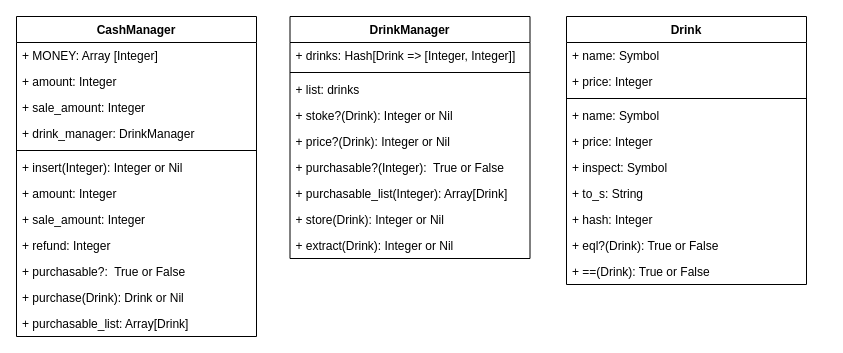
Above: images/class.drawio in fumtas1k/tddbc_ft (draw.io), before the change. Source tidied: cells renumbered, new cells numbered last; positions are measured from the earlier drawing's top-left corner, leaving out a move shared by most shapes. Both pictures are drawn from the tidied source at 100%, with x=0, y=0 at pixel (16, 16).
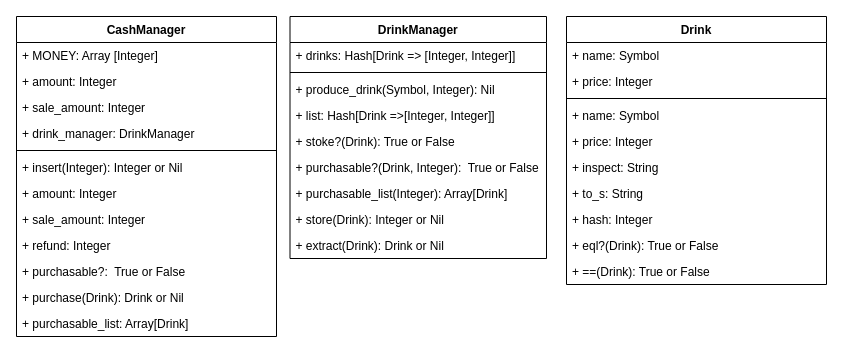
Above is the later version.

Commit message (it also covers changes not shown here):
add: drink_manager作成

Change to the diagram source:
```diff
@@
     <mxCell id="2" value="CashManager" style="swimlane;fontStyle=1;align=center;verticalAlign=top;horizontal=1;startSize=26;" parent="1" vertex="1">
-      <mxGeometry width="240" height="320" as="geometry" />
+      <mxGeometry width="260" height="320" as="geometry" />
     </mxCell>
     <mxCell id="3" value="+ MONEY: Array [Integer]" style="text;strokeColor=none;fillColor=none;align=left;verticalAlign=top;spacingLeft=4;spacingRight=4;overflow=hidden;" parent="2" vertex="1">
-      <mxGeometry y="26" width="240" height="26" as="geometry" />
+      <mxGeometry y="26" width="260" height="26" as="geometry" />
     </mxCell>
     <mxCell id="4" value="+ amount: Integer" style="text;strokeColor=none;fillColor=none;align=left;verticalAlign=top;spacingLeft=4;spacingRight=4;overflow=hidden;" parent="2" vertex="1">
-      <mxGeometry y="52" width="240" height="26" as="geometry" />
+      <mxGeometry y="52" width="260" height="26" as="geometry" />
     </mxCell>
     <mxCell id="5" value="+ sale_amount: Integer" style="text;strokeColor=none;fillColor=none;align=left;verticalAlign=top;spacingLeft=4;spacingRight=4;overflow=hidden;" parent="2" vertex="1">
-      <mxGeometry y="78" width="240" height="26" as="geometry" />
+      <mxGeometry y="78" width="260" height="26" as="geometry" />
     </mxCell>
     <mxCell id="6" value="+ drink_manager: DrinkManager" style="text;strokeColor=none;fillColor=none;align=left;verticalAlign=top;spacingLeft=4;spacingRight=4;overflow=hidden;" parent="2" vertex="1">
-      <mxGeometry y="104" width="240" height="26" as="geometry" />
+      <mxGeometry y="104" width="260" height="26" as="geometry" />
     </mxCell>
     <mxCell id="7" style="line;strokeWidth=1;fillColor=none;align=left;verticalAlign=middle;spacingTop=-1;spacingLeft=3;spacingRight=3;labelPosition=right;" parent="2" vertex="1">
-      <mxGeometry y="130" width="240" height="8" as="geometry" />
+      <mxGeometry y="130" width="260" height="8" as="geometry" />
     </mxCell>
     <mxCell id="8" value="+ insert(Integer): Integer or Nil" style="text;strokeColor=none;fillColor=none;align=left;verticalAlign=top;spacingLeft=4;spacingRight=4;overflow=hidden;" parent="2" vertex="1">
-      <mxGeometry y="138" width="240" height="26" as="geometry" />
+      <mxGeometry y="138" width="260" height="26" as="geometry" />
     </mxCell>
     <mxCell id="9" value="+ amount: Integer" style="text;strokeColor=none;fillColor=none;align=left;verticalAlign=top;spacingLeft=4;spacingRight=4;overflow=hidden;" parent="2" vertex="1">
-      <mxGeometry y="164" width="240" height="26" as="geometry" />
+      <mxGeometry y="164" width="260" height="26" as="geometry" />
     </mxCell>
     <mxCell id="10" value="+ sale_amount: Integer" style="text;strokeColor=none;fillColor=none;align=left;verticalAlign=top;spacingLeft=4;spacingRight=4;overflow=hidden;" parent="2" vertex="1">
-      <mxGeometry y="190" width="240" height="26" as="geometry" />
+      <mxGeometry y="190" width="260" height="26" as="geometry" />
     </mxCell>
     <mxCell id="11" value="+ refund: Integer" style="text;strokeColor=none;fillColor=none;align=left;verticalAlign=top;spacingLeft=4;spacingRight=4;overflow=hidden;" parent="2" vertex="1">
-      <mxGeometry y="216" width="240" height="26" as="geometry" />
+      <mxGeometry y="216" width="260" height="26" as="geometry" />
     </mxCell>
     <mxCell id="12" value="+ purchasable?:  True or False" style="text;strokeColor=none;fillColor=none;align=left;verticalAlign=top;spacingLeft=4;spacingRight=4;overflow=hidden;" parent="2" vertex="1">
-      <mxGeometry y="242" width="240" height="26" as="geometry" />
+      <mxGeometry y="242" width="260" height="26" as="geometry" />
     </mxCell>
     <mxCell id="13" value="+ purchase(Drink): Drink or Nil" style="text;strokeColor=none;fillColor=none;align=left;verticalAlign=top;spacingLeft=4;spacingRight=4;overflow=hidden;" parent="2" vertex="1">
-      <mxGeometry y="268" width="240" height="26" as="geometry" />
+      <mxGeometry y="268" width="260" height="26" as="geometry" />
     </mxCell>
     <mxCell id="14" value="+ purchasable_list: Array[Drink]" style="text;strokeColor=none;fillColor=none;align=left;verticalAlign=top;spacingLeft=4;spacingRight=4;overflow=hidden;" parent="2" vertex="1">
-      <mxGeometry y="294" width="240" height="26" as="geometry" />
+      <mxGeometry y="294" width="260" height="26" as="geometry" />
     </mxCell>
     <mxCell id="15" value="DrinkManager" style="swimlane;fontStyle=1;align=center;verticalAlign=top;horizontal=1;startSize=26;" parent="1" vertex="1">
-      <mxGeometry x="273.5" width="240" height="242" as="geometry" />
+      <mxGeometry x="273.5" width="256.5" height="242" as="geometry" />
     </mxCell>
     <mxCell id="16" value="+ drinks: Hash[Drink =&gt; [Integer, Integer]]" style="text;strokeColor=none;fillColor=none;align=left;verticalAlign=top;spacingLeft=4;spacingRight=4;overflow=hidden;" parent="15" vertex="1">
-      <mxGeometry y="26" width="240" height="26" as="geometry" />
+      <mxGeometry y="26" width="256.5" height="26" as="geometry" />
     </mxCell>
     <mxCell id="17" style="line;strokeWidth=1;fillColor=none;align=left;verticalAlign=middle;spacingTop=-1;spacingLeft=3;spacingRight=3;labelPosition=right;" parent="15" vertex="1">
-      <mxGeometry y="52" width="240" height="8" as="geometry" />
+      <mxGeometry y="52" width="256.5" height="8" as="geometry" />
     </mxCell>
+    <mxCell id="36" value="+ produce_drink(Symbol, Integer): Nil" style="text;strokeColor=none;fillColor=none;align=left;verticalAlign=top;spacingLeft=4;spacingRight=4;overflow=hidden;" parent="15" vertex="1">
+      <mxGeometry y="60" width="256.5" height="26" as="geometry" />
+    </mxCell>
-    <mxCell id="18" value="+ list: drinks" style="text;strokeColor=none;fillColor=none;align=left;verticalAlign=top;spacingLeft=4;spacingRight=4;overflow=hidden;" parent="15" vertex="1">
-      <mxGeometry y="60" width="240" height="26" as="geometry" />
+    <mxCell id="18" value="+ list: Hash[Drink =&gt;[Integer, Integer]]" style="text;strokeColor=none;fillColor=none;align=left;verticalAlign=top;spacingLeft=4;spacingRight=4;overflow=hidden;" parent="15" vertex="1">
+      <mxGeometry y="86" width="256.5" height="26" as="geometry" />
     </mxCell>
-    <mxCell id="19" value="+ stoke?(Drink): Integer or Nil" style="text;strokeColor=none;fillColor=none;align=left;verticalAlign=top;spacingLeft=4;spacingRight=4;overflow=hidden;" parent="15" vertex="1">
-      <mxGeometry y="86" width="240" height="26" as="geometry" />
+    <mxCell id="19" value="+ stoke?(Drink): True or False" style="text;strokeColor=none;fillColor=none;align=left;verticalAlign=top;spacingLeft=4;spacingRight=4;overflow=hidden;" parent="15" vertex="1">
+      <mxGeometry y="112" width="256.5" height="26" as="geometry" />
     </mxCell>
-    <mxCell id="20" value="+ price?(Drink): Integer or Nil" style="text;strokeColor=none;fillColor=none;align=left;verticalAlign=top;spacingLeft=4;spacingRight=4;overflow=hidden;" parent="15" vertex="1">
-      <mxGeometry y="112" width="240" height="26" as="geometry" />
-    </mxCell>
-    <mxCell id="21" value="+ purchasable?(Integer):  True or False" style="text;strokeColor=none;fillColor=none;align=left;verticalAlign=top;spacingLeft=4;spacingRight=4;overflow=hidden;" parent="15" vertex="1">
-      <mxGeometry y="138" width="240" height="26" as="geometry" />
+    <mxCell id="21" value="+ purchasable?(Drink, Integer):  True or False" style="text;strokeColor=none;fillColor=none;align=left;verticalAlign=top;spacingLeft=4;spacingRight=4;overflow=hidden;" parent="15" vertex="1">
+      <mxGeometry y="138" width="256.5" height="26" as="geometry" />
     </mxCell>
     <mxCell id="22" value="+ purchasable_list(Integer): Array[Drink]" style="text;strokeColor=none;fillColor=none;align=left;verticalAlign=top;spacingLeft=4;spacingRight=4;overflow=hidden;" parent="15" vertex="1">
-      <mxGeometry y="164" width="240" height="26" as="geometry" />
+      <mxGeometry y="164" width="256.5" height="26" as="geometry" />
     </mxCell>
     <mxCell id="23" value="+ store(Drink): Integer or Nil" style="text;strokeColor=none;fillColor=none;align=left;verticalAlign=top;spacingLeft=4;spacingRight=4;overflow=hidden;" parent="15" vertex="1">
-      <mxGeometry y="190" width="240" height="26" as="geometry" />
+      <mxGeometry y="190" width="256.5" height="26" as="geometry" />
     </mxCell>
-    <mxCell id="24" value="+ extract(Drink): Integer or Nil" style="text;strokeColor=none;fillColor=none;align=left;verticalAlign=top;spacingLeft=4;spacingRight=4;overflow=hidden;" parent="15" vertex="1">
-      <mxGeometry y="216" width="240" height="26" as="geometry" />
+    <mxCell id="24" value="+ extract(Drink): Drink or Nil" style="text;strokeColor=none;fillColor=none;align=left;verticalAlign=top;spacingLeft=4;spacingRight=4;overflow=hidden;" parent="15" vertex="1">
+      <mxGeometry y="216" width="256.5" height="26" as="geometry" />
     </mxCell>
     <mxCell id="25" value="Drink" style="swimlane;fontStyle=1;align=center;verticalAlign=top;horizontal=1;startSize=26;" parent="1" vertex="1">
-      <mxGeometry x="550" width="240" height="268" as="geometry" />
+      <mxGeometry x="550" width="260" height="268" as="geometry" />
     </mxCell>
     <mxCell id="26" value="+ name: Symbol" style="text;strokeColor=none;fillColor=none;align=left;verticalAlign=top;spacingLeft=4;spacingRight=4;overflow=hidden;" parent="25" vertex="1">
-      <mxGeometry y="26" width="240" height="26" as="geometry" />
+      <mxGeometry y="26" width="260" height="26" as="geometry" />
     </mxCell>
     <mxCell id="27" value="+ price: Integer" style="text;strokeColor=none;fillColor=none;align=left;verticalAlign=top;spacingLeft=4;spacingRight=4;overflow=hidden;" parent="25" vertex="1">
-      <mxGeometry y="52" width="240" height="26" as="geometry" />
+      <mxGeometry y="52" width="260" height="26" as="geometry" />
     </mxCell>
     <mxCell id="28" style="line;strokeWidth=1;fillColor=none;align=left;verticalAlign=middle;spacingTop=-1;spacingLeft=3;spacingRight=3;labelPosition=right;" parent="25" vertex="1">
-      <mxGeometry y="78" width="240" height="8" as="geometry" />
+      <mxGeometry y="78" width="260" height="8" as="geometry" />
     </mxCell>
     <mxCell id="29" value="+ name: Symbol" style="text;strokeColor=none;fillColor=none;align=left;verticalAlign=top;spacingLeft=4;spacingRight=4;overflow=hidden;" parent="25" vertex="1">
-      <mxGeometry y="86" width="240" height="26" as="geometry" />
+      <mxGeometry y="86" width="260" height="26" as="geometry" />
     </mxCell>
     <mxCell id="30" value="+ price: Integer" style="text;strokeColor=none;fillColor=none;align=left;verticalAlign=top;spacingLeft=4;spacingRight=4;overflow=hidden;" parent="25" vertex="1">
-      <mxGeometry y="112" width="240" height="26" as="geometry" />
+      <mxGeometry y="112" width="260" height="26" as="geometry" />
     </mxCell>
-    <mxCell id="31" value="+ inspect: Symbol" style="text;strokeColor=none;fillColor=none;align=left;verticalAlign=top;spacingLeft=4;spacingRight=4;overflow=hidden;" parent="25" vertex="1">
-      <mxGeometry y="138" width="240" height="26" as="geometry" />
+    <mxCell id="31" value="+ inspect: String" style="text;strokeColor=none;fillColor=none;align=left;verticalAlign=top;spacingLeft=4;spacingRight=4;overflow=hidden;" parent="25" vertex="1">
+      <mxGeometry y="138" width="260" height="26" as="geometry" />
     </mxCell>
     <mxCell id="32" value="+ to_s: String" style="text;strokeColor=none;fillColor=none;align=left;verticalAlign=top;spacingLeft=4;spacingRight=4;overflow=hidden;" parent="25" vertex="1">
-      <mxGeometry y="164" width="240" height="26" as="geometry" />
+      <mxGeometry y="164" width="260" height="26" as="geometry" />
     </mxCell>
     <mxCell id="33" value="+ hash: Integer" style="text;strokeColor=none;fillColor=none;align=left;verticalAlign=top;spacingLeft=4;spacingRight=4;overflow=hidden;" parent="25" vertex="1">
-      <mxGeometry y="190" width="240" height="26" as="geometry" />
+      <mxGeometry y="190" width="260" height="26" as="geometry" />
     </mxCell>
     <mxCell id="34" value="+ eql?(Drink): True or False" style="text;strokeColor=none;fillColor=none;align=left;verticalAlign=top;spacingLeft=4;spacingRight=4;overflow=hidden;" parent="25" vertex="1">
-      <mxGeometry y="216" width="240" height="26" as="geometry" />
+      <mxGeometry y="216" width="260" height="26" as="geometry" />
     </mxCell>
     <mxCell id="35" value="+ ==(Drink): True or False" style="text;strokeColor=none;fillColor=none;align=left;verticalAlign=top;spacingLeft=4;spacingRight=4;overflow=hidden;" parent="25" vertex="1">
-      <mxGeometry y="242" width="240" height="26" as="geometry" />
+      <mxGeometry y="242" width="260" height="26" as="geometry" />
     </mxCell>
```
